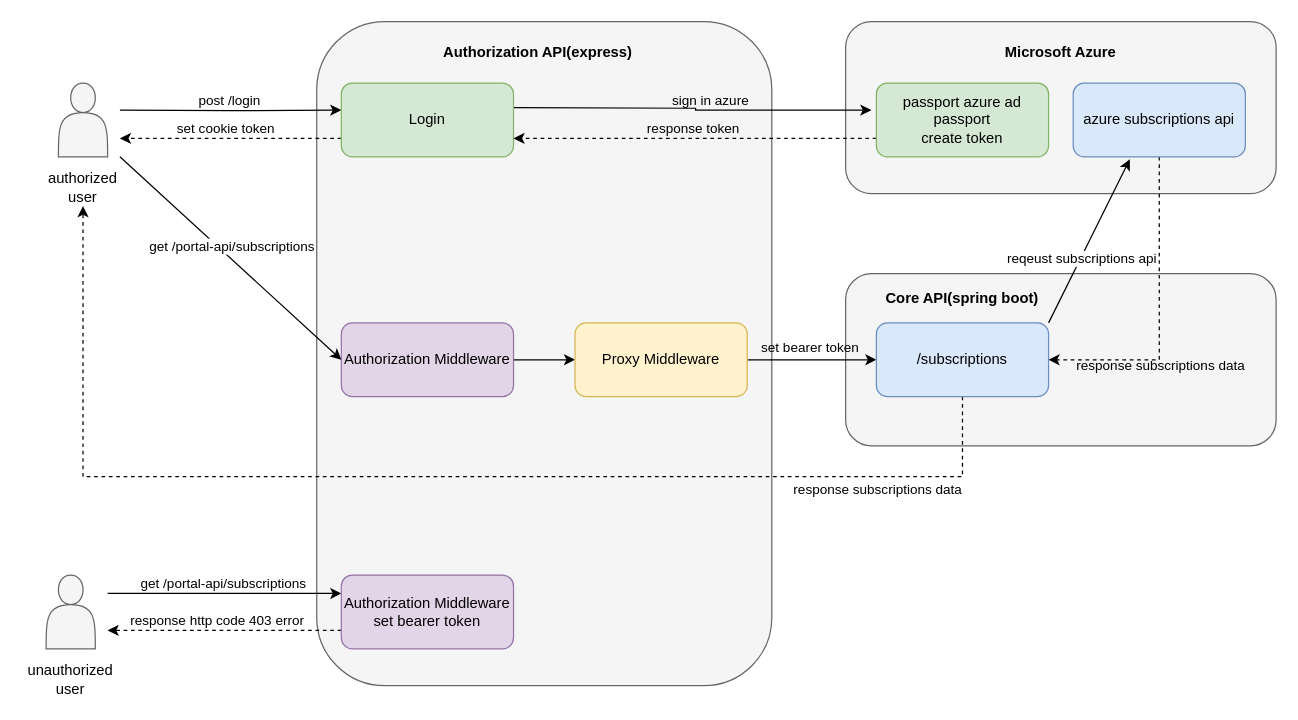
liamyoon/document keeps this draw.io diagram as gov-portal-api.drawio. Above is the earlier version. Source tidied: cells renumbered, new cells numbered last; positions are measured from the earlier drawing's top-left corner, leaving out a move shared by most shapes. Both pictures are drawn from the tidied source at 123%, with x=0, y=0 at pixel (21, 21).
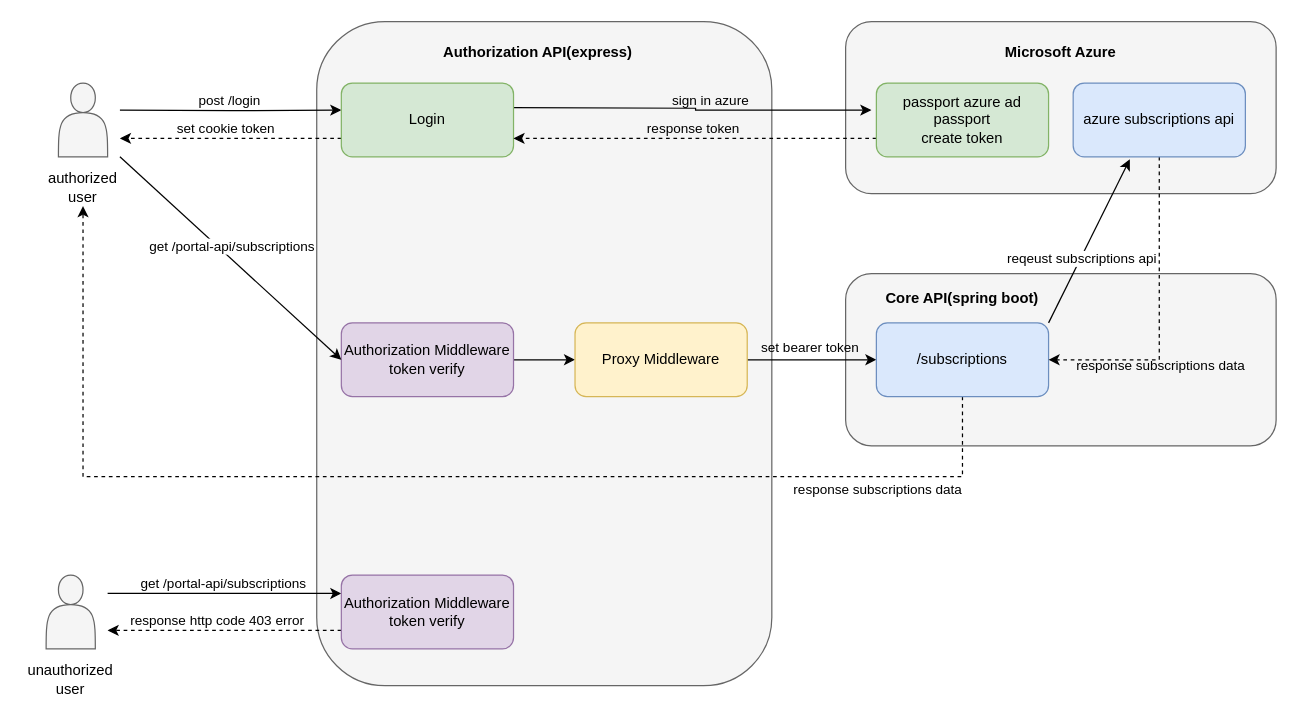
After the change.

Change to the diagram source:
```diff
@@
-    <mxCell id="10" value="Authorization Middleware" style="rounded=1;whiteSpace=wrap;html=1;fillColor=#e1d5e7;strokeColor=#9673a6;" parent="1" vertex="1">
+    <mxCell id="10" value="Authorization Middleware&lt;div&gt;token verify&lt;/div&gt;" style="rounded=1;whiteSpace=wrap;html=1;fillColor=#e1d5e7;strokeColor=#9673a6;" parent="1" vertex="1">
       <mxGeometry x="260" y="245" width="140" height="60" as="geometry" />
     </mxCell>
@@
-    <mxCell id="36" value="Authorization Middleware&lt;br&gt;set bearer token" style="rounded=1;whiteSpace=wrap;html=1;fillColor=#e1d5e7;strokeColor=#9673a6;" parent="1" vertex="1">
+    <mxCell id="36" value="Authorization Middleware&lt;div&gt;token verify&lt;/div&gt;" style="rounded=1;whiteSpace=wrap;html=1;fillColor=#e1d5e7;strokeColor=#9673a6;" parent="1" vertex="1">
       <mxGeometry x="260" y="450" width="140" height="60" as="geometry" />
     </mxCell>
```
